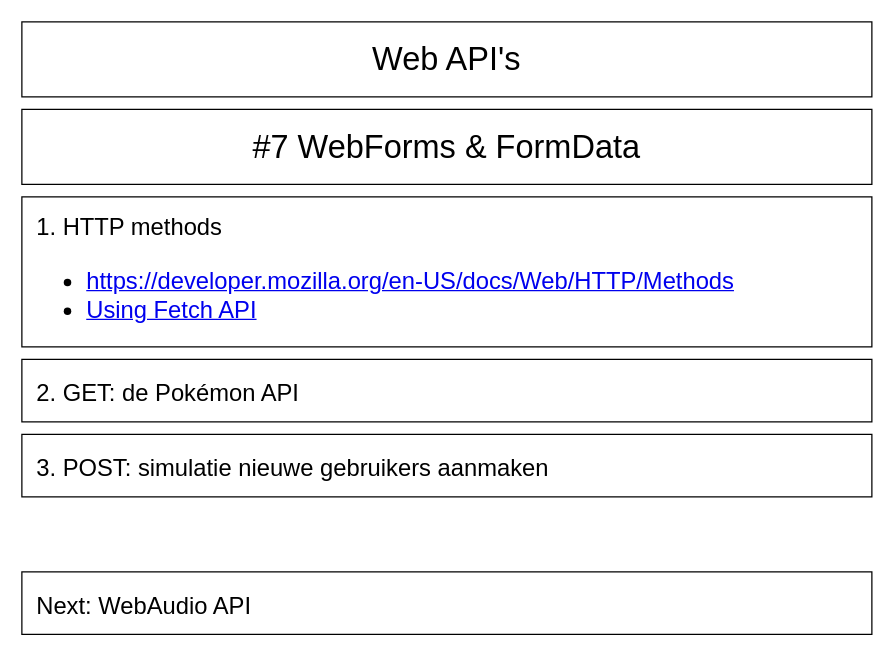
The draw.io diagram page "WebForms" (9 of 11) of schemes/web-apis.drawio in timdpaep/screencast-assets, before the edit. Source tidied: cells renumbered, new cells numbered last; positions are measured from the earlier drawing's top-left corner, leaving out a move shared by most shapes. Both pictures are drawn from the tidied source at 125%, with x=0, y=0 at pixel (21, 21).
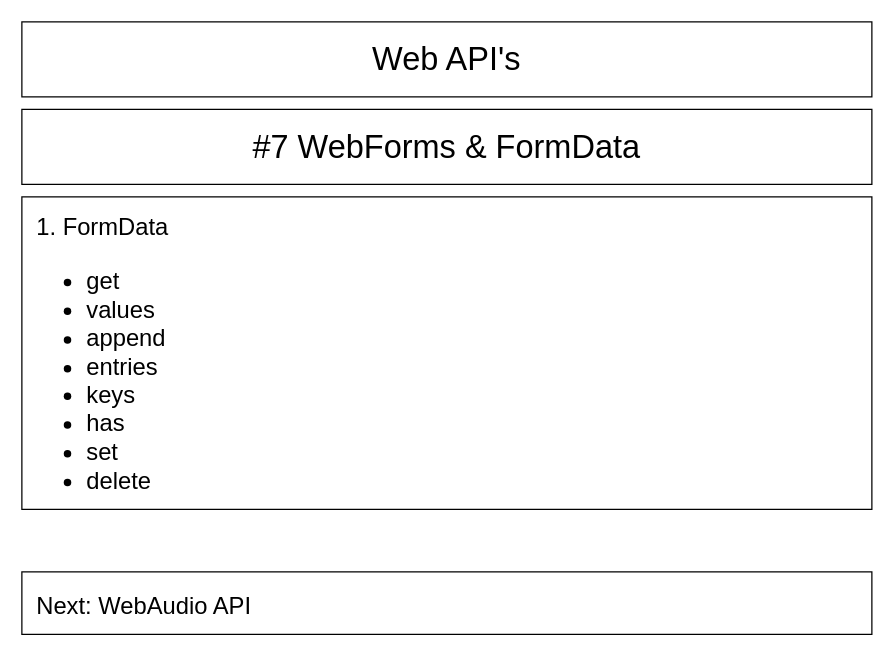
The same page after the edit.

The edit, as a diff of the source:
```diff
@@
 <mxGraphModel>
   <root>
     <mxCell id="0" />
     <mxCell id="1" parent="0" />
     <mxCell id="2" value="Web API's" style="rounded=0;whiteSpace=wrap;html=1;fontSize=26;" parent="1" vertex="1">
       <mxGeometry width="680" height="60" as="geometry" />
     </mxCell>
-    <mxCell id="3" value="&lt;font style=&quot;font-size: 19px&quot;&gt;&lt;span style=&quot;font-size: 19px&quot;&gt;1. HTTP methods&lt;/span&gt;&lt;br&gt;&lt;ul&gt;&lt;li&gt;&lt;font&gt;&lt;span style=&quot;font-size: 19px&quot;&gt;&lt;a href=&quot;https://developer.mozilla.org/en-US/docs/Web/HTTP/Methods&quot;&gt;https://developer.mozilla.org/en-US/docs/Web/HTTP/Methods&lt;/a&gt;&lt;/span&gt;&lt;/font&gt;&lt;/li&gt;&lt;li&gt;&lt;font style=&quot;font-size: 19px&quot;&gt;&lt;font style=&quot;font-size: 19px&quot;&gt;&lt;a href=&quot;https://developer.mozilla.org/en-US/docs/Web/API/Fetch_API/Using_Fetch&quot;&gt;Using Fetch API&lt;/a&gt;&lt;/font&gt;&lt;/font&gt;&lt;/li&gt;&lt;/ul&gt;&lt;br&gt;&lt;/font&gt;" style="rounded=0;whiteSpace=wrap;html=1;fontSize=26;align=left;spacingLeft=10;verticalAlign=top;" parent="1" vertex="1">
-      <mxGeometry y="140" width="680" height="120" as="geometry" />
+    <mxCell id="3" value="&lt;font style=&quot;font-size: 19px&quot;&gt;&lt;span style=&quot;font-size: 19px&quot;&gt;1. FormData&lt;/span&gt;&lt;br&gt;&lt;ul&gt;&lt;li&gt;get&lt;/li&gt;&lt;li&gt;values&lt;/li&gt;&lt;li&gt;append&lt;/li&gt;&lt;li&gt;entries&lt;/li&gt;&lt;li&gt;keys&lt;/li&gt;&lt;li&gt;has&lt;/li&gt;&lt;li&gt;set&lt;/li&gt;&lt;li&gt;delete&lt;/li&gt;&lt;/ul&gt;&lt;br&gt;&lt;/font&gt;" style="rounded=0;whiteSpace=wrap;html=1;fontSize=26;align=left;spacingLeft=10;verticalAlign=top;" parent="1" vertex="1">
+      <mxGeometry y="140" width="680" height="250" as="geometry" />
     </mxCell>
     <mxCell id="4" value="#7 WebForms &amp;amp; FormData" style="rounded=0;whiteSpace=wrap;html=1;fontSize=26;" parent="1" vertex="1">
       <mxGeometry y="70" width="680" height="60" as="geometry" />
     </mxCell>
-    <mxCell id="5" value="&lt;font style=&quot;font-size: 19px&quot;&gt;2. GET: de Pokémon API&lt;br&gt;&lt;/font&gt;" style="rounded=0;whiteSpace=wrap;html=1;fontSize=26;align=left;spacingLeft=10;" parent="1" vertex="1">
-      <mxGeometry y="270" width="680" height="50" as="geometry" />
-    </mxCell>
     <mxCell id="6" value="&lt;font style=&quot;font-size: 19px&quot;&gt;Next: WebAudio API&amp;nbsp;&lt;br&gt;&lt;/font&gt;" style="rounded=0;whiteSpace=wrap;html=1;fontSize=26;align=left;spacingLeft=10;" parent="1" vertex="1">
       <mxGeometry y="440" width="680" height="50" as="geometry" />
     </mxCell>
-    <mxCell id="7" value="&lt;font style=&quot;font-size: 19px&quot;&gt;3. POST: simulatie nieuwe gebruikers aanmaken&amp;nbsp;&lt;br&gt;&lt;/font&gt;" style="rounded=0;whiteSpace=wrap;html=1;fontSize=26;align=left;spacingLeft=10;" parent="1" vertex="1">
-      <mxGeometry y="330" width="680" height="50" as="geometry" />
-    </mxCell>
   </root>
 </mxGraphModel>
```
